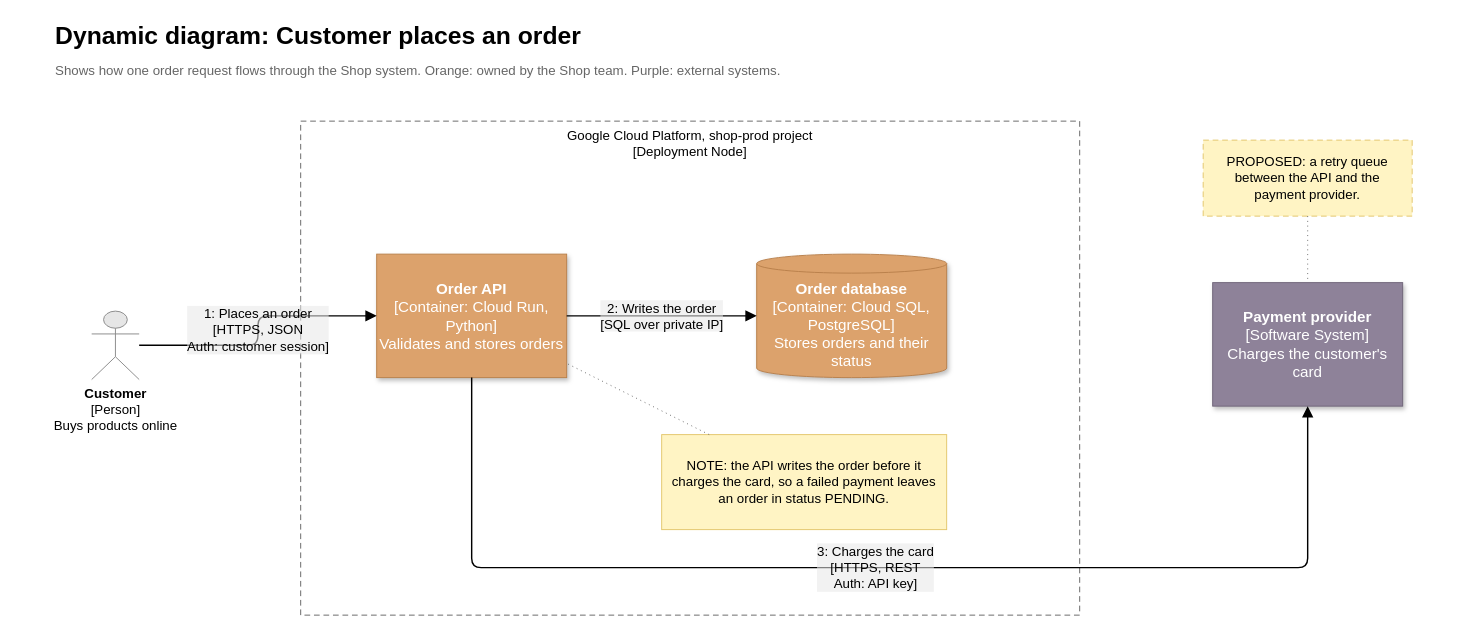
This is skills/architecture/drawio-architecture/assets/c4-template.drawio from JasperHG90/skills, a draw.io file, before an edit. Source tidied: cells renumbered, new cells numbered last; positions are measured from the earlier drawing's top-left corner, leaving out a move shared by most shapes. Both pictures are drawn from the tidied source at 95%, with x=0, y=0 at pixel (53, 16).
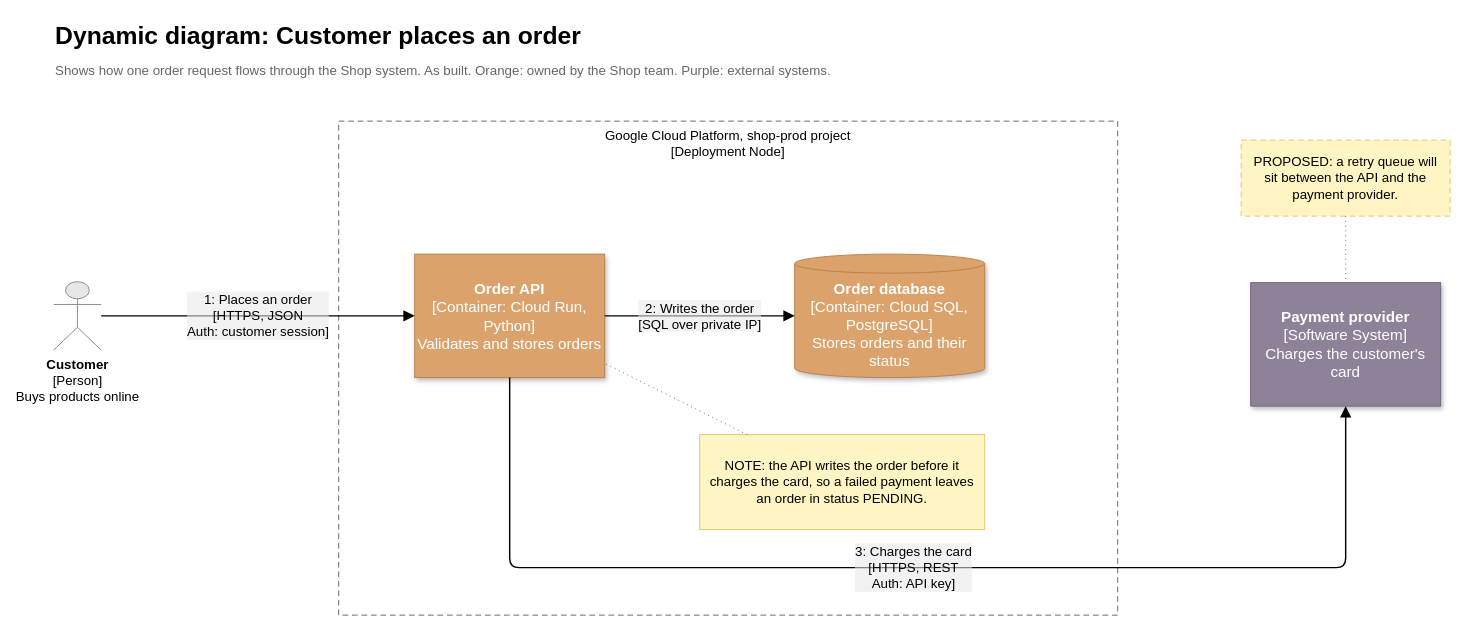
Above is the later version.

Commit message (it also covers changes not shown here):
fix(drawio-architecture): address second review

The edit, as a diff of the source:
```diff
@@
 <mxGraphModel>
   <root>
     <mxCell id="0" />
     <mxCell id="1" parent="0" />
     <mxCell id="2" value="Dynamic diagram: Customer places an order" style="text;html=1;align=left;verticalAlign=middle;whiteSpace=wrap;fontFamily=Trebuchet MS;fontSize=26;fontStyle=1;" parent="1" vertex="1">
       <mxGeometry width="1000" height="40" as="geometry" />
     </mxCell>
-    <mxCell id="3" value="Shows how one order request flows through the Shop system. Orange: owned by the Shop team. Purple: external systems." style="text;html=1;align=left;verticalAlign=top;whiteSpace=wrap;fontFamily=Trebuchet MS;fontSize=14;fontColor=#666666;" parent="1" vertex="1">
+    <mxCell id="3" value="Shows how one order request flows through the Shop system. As built. Orange: owned by the Shop team. Purple: external systems." style="text;html=1;align=left;verticalAlign=top;whiteSpace=wrap;fontFamily=Trebuchet MS;fontSize=14;fontColor=#666666;" parent="1" vertex="1">
       <mxGeometry y="42" width="1000" height="24" as="geometry" />
     </mxCell>
     <mxCell id="4" value="&lt;b&gt;Customer&lt;/b&gt;&lt;br&gt;[Person]&lt;br&gt;Buys products online" style="shape=umlActor;verticalLabelPosition=bottom;verticalAlign=top;html=1;outlineConnect=0;fillColor=#e6e6e6;strokeColor=#8a8a8a;fontFamily=Trebuchet MS;fontSize=14;" parent="1" vertex="1">
-      <mxGeometry x="40" y="310" width="50" height="72" as="geometry" />
+      <mxGeometry y="279" width="50" height="72" as="geometry" />
     </mxCell>
     <mxCell id="5" value="Google Cloud Platform, shop-prod project&lt;br&gt;[Deployment Node]" style="rounded=0;whiteSpace=wrap;html=1;fillColor=none;strokeColor=#666666;dashed=1;dashPattern=6 4;verticalAlign=top;fontFamily=Trebuchet MS;fontSize=14;" parent="1" vertex="1">
-      <mxGeometry x="260" y="110" width="820" height="520" as="geometry" />
+      <mxGeometry x="300" y="110" width="820" height="520" as="geometry" />
     </mxCell>
     <mxCell id="6" value="&lt;b&gt;Order API&lt;/b&gt;&lt;br&gt;[Container: Cloud Run, Python]&lt;br&gt;Validates and stores orders" style="rounded=0;whiteSpace=wrap;html=1;fillColor=#dca26c;strokeColor=#b9804b;fontColor=#ffffff;fontFamily=Trebuchet MS;fontSize=16;shadow=1;" parent="5" vertex="1">
       <mxGeometry x="80" y="140" width="200" height="130" as="geometry" />
     </mxCell>
     <mxCell id="7" value="&lt;b&gt;Order database&lt;/b&gt;&lt;br&gt;[Container: Cloud SQL, PostgreSQL]&lt;br&gt;Stores orders and their status" style="shape=cylinder3;boundedLbl=1;backgroundOutline=1;size=10;whiteSpace=wrap;html=1;fillColor=#dca26c;strokeColor=#b9804b;fontColor=#ffffff;fontFamily=Trebuchet MS;fontSize=16;shadow=1;" parent="5" vertex="1">
       <mxGeometry x="480" y="140" width="200" height="130" as="geometry" />
     </mxCell>
     <mxCell id="8" value="&lt;b&gt;Payment provider&lt;/b&gt;&lt;br&gt;[Software System]&lt;br&gt;Charges the customer's card" style="rounded=0;whiteSpace=wrap;html=1;fillColor=#8e8299;strokeColor=#6f6479;fontColor=#ffffff;fontFamily=Trebuchet MS;fontSize=16;shadow=1;" parent="1" vertex="1">
-      <mxGeometry x="1220" y="280" width="200" height="130" as="geometry" />
+      <mxGeometry x="1260" y="280" width="200" height="130" as="geometry" />
     </mxCell>
     <mxCell id="9" value="NOTE: the API writes the order before it charges the card, so a failed payment leaves an order in status PENDING." style="rounded=0;whiteSpace=wrap;html=1;fillColor=#fff4c4;strokeColor=#e3c66b;fontColor=#000000;fontFamily=Trebuchet MS;fontSize=14;spacing=10;" parent="5" vertex="1">
       <mxGeometry x="380" y="330" width="300" height="100" as="geometry" />
     </mxCell>
-    <mxCell id="10" value="PROPOSED: a retry queue between the API and the payment provider." style="rounded=0;whiteSpace=wrap;html=1;fillColor=#fff4c4;strokeColor=#e3c66b;fontColor=#000000;fontFamily=Trebuchet MS;fontSize=14;spacing=10;dashed=1;dashPattern=6 4;" parent="1" vertex="1">
-      <mxGeometry x="1210" y="130" width="220" height="80" as="geometry" />
+    <mxCell id="10" value="PROPOSED: a retry queue will sit between the API and the payment provider." style="rounded=0;whiteSpace=wrap;html=1;fillColor=#fff4c4;strokeColor=#e3c66b;fontColor=#000000;fontFamily=Trebuchet MS;fontSize=14;spacing=10;dashed=1;dashPattern=6 4;" parent="1" vertex="1">
+      <mxGeometry x="1250" y="130" width="220" height="80" as="geometry" />
     </mxCell>
     <mxCell id="11" value="1: Places an order&lt;br&gt;[HTTPS, JSON&lt;br&gt;Auth: customer session]" style="edgeStyle=orthogonalEdgeStyle;rounded=1;html=1;endArrow=block;endSize=8;strokeWidth=1.5;jumpStyle=arc;jumpSize=12;fontFamily=Trebuchet MS;fontSize=14;labelBackgroundColor=light-dark(#E8E8E88D,#2a2a2a8D);" parent="1" edge="1" source="4" target="6">
       <mxGeometry relative="1" as="geometry" />
     </mxCell>
     <mxCell id="12" value="2: Writes the order&lt;br&gt;[SQL over private IP]" style="edgeStyle=orthogonalEdgeStyle;rounded=1;html=1;endArrow=block;endSize=8;strokeWidth=1.5;jumpStyle=arc;jumpSize=12;fontFamily=Trebuchet MS;fontSize=14;labelBackgroundColor=light-dark(#E8E8E88D,#2a2a2a8D);" parent="1" edge="1" source="6" target="7">
       <mxGeometry relative="1" as="geometry" />
     </mxCell>
     <mxCell id="13" value="3: Charges the card&lt;br&gt;[HTTPS, REST&lt;br&gt;Auth: API key]" style="edgeStyle=orthogonalEdgeStyle;rounded=1;html=1;endArrow=block;endSize=8;strokeWidth=1.5;jumpStyle=arc;jumpSize=12;fontFamily=Trebuchet MS;fontSize=14;labelBackgroundColor=light-dark(#E8E8E88D,#2a2a2a8D);exitX=0.5;exitY=1;exitDx=0;exitDy=0;entryX=0.5;entryY=1;entryDx=0;entryDy=0;" parent="1" edge="1" source="6" target="8">
       <mxGeometry relative="1" as="geometry">
         <Array as="points">
-          <mxPoint x="440" y="580" />
-          <mxPoint x="1320" y="580" />
+          <mxPoint x="480" y="580" />
+          <mxPoint x="1360" y="580" />
         </Array>
       </mxGeometry>
     </mxCell>
     <mxCell id="14" style="endArrow=none;dashed=1;dashPattern=1 4;html=1;strokeColor=#666666;" parent="1" edge="1" source="9" target="6">
       <mxGeometry relative="1" as="geometry" />
     </mxCell>
     <mxCell id="15" style="endArrow=none;dashed=1;dashPattern=1 4;html=1;strokeColor=#666666;" parent="1" edge="1" source="10" target="8">
       <mxGeometry relative="1" as="geometry" />
     </mxCell>
   </root>
 </mxGraphModel>
```
